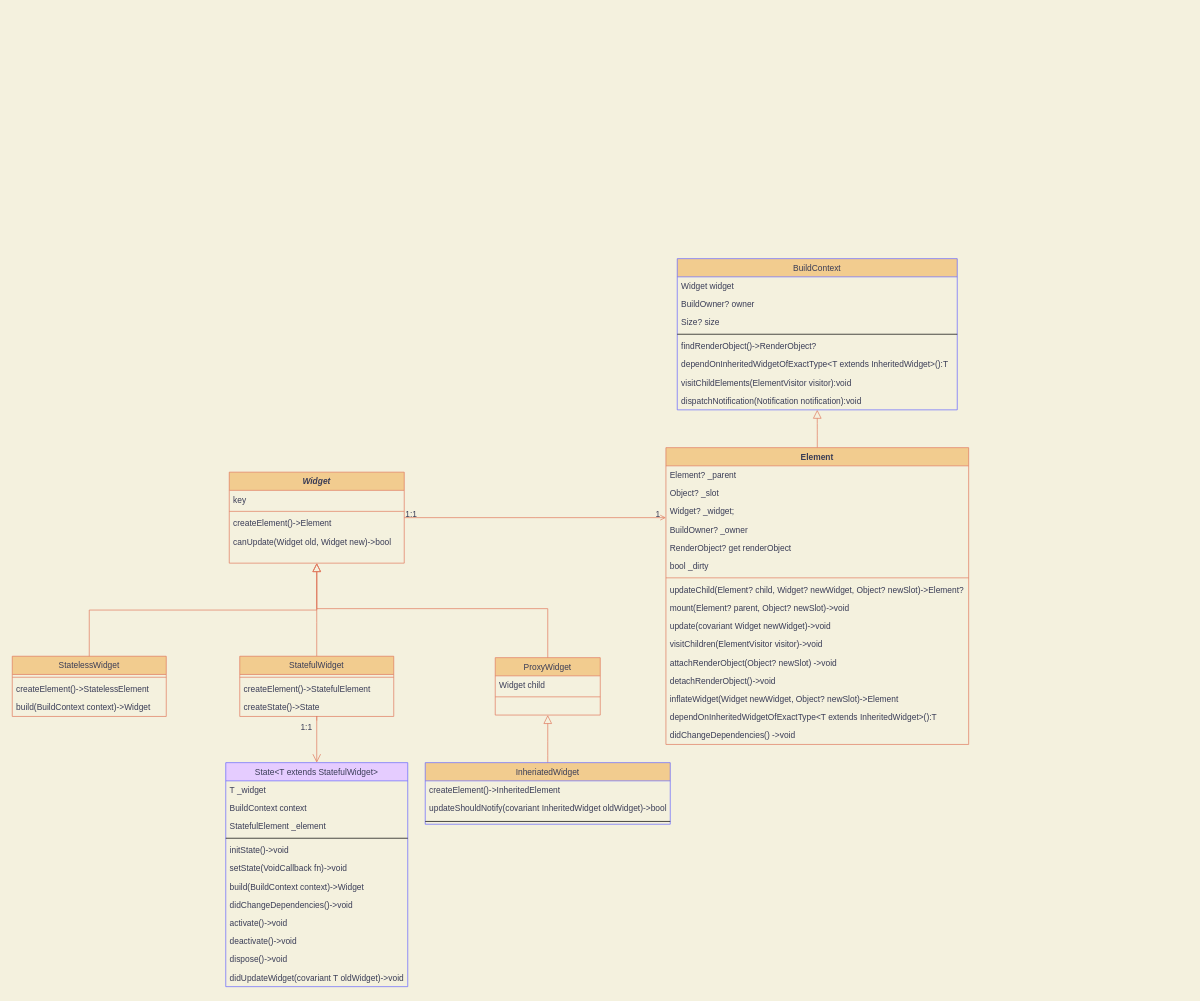
Earlier version of the draw.io diagram Untitled Diagram.drawio (curls/winter). Source tidied: cells renumbered, new cells numbered last; positions are measured from the earlier drawing's top-left corner, leaving out a move shared by most shapes. Both pictures are drawn from the tidied source at 70%, with x=0, y=0 at pixel (12, 258).
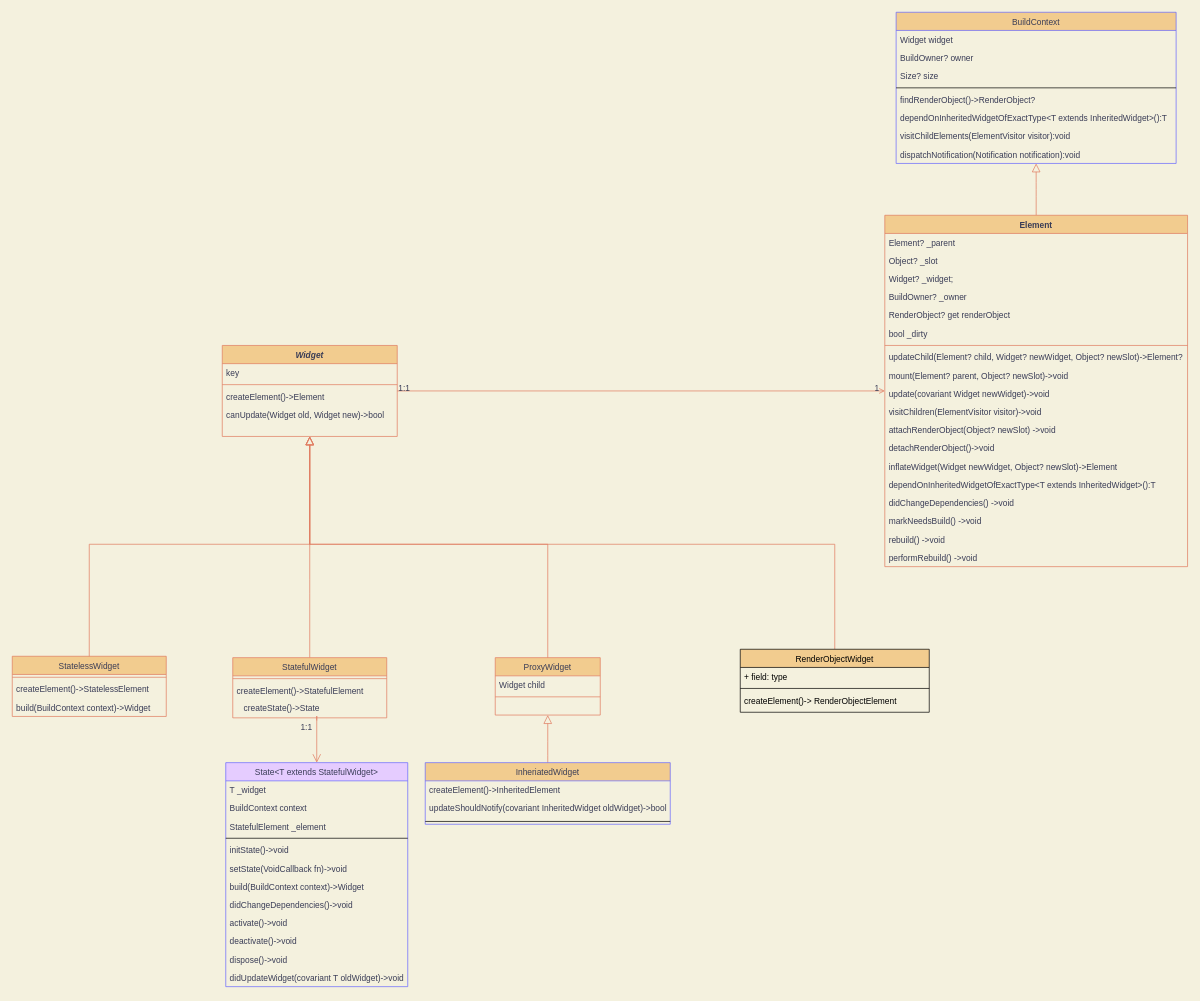
The same diagram, later.

The change refers to these unchanged cells:
```xml
<mxCell id="7" value="ProxyWidget" style="swimlane;fontStyle=0;align=center;verticalAlign=top;horizontal=1;startSize=26;rounded=0;shadow=0;strokeWidth=1;fillColor=#F2CC8F;strokeColor=#E07A5F;fontColor=#393C56;" parent="1" vertex="1">
  <mxGeometry x="690" y="570" width="150" height="82" as="geometry" />
</mxCell>
<mxCell id="11" value="StatelessWidget" style="swimlane;fontStyle=0;align=center;verticalAlign=top;horizontal=1;startSize=26;rounded=0;shadow=0;strokeWidth=1;fillColor=#F2CC8F;strokeColor=#E07A5F;fontColor=#393C56;" parent="1" vertex="1">
  <mxGeometry y="568" width="220" height="86" as="geometry" />
</mxCell>
```

Diff of the diagram source:
```diff
@@
     <mxCell id="2" value="Widget" style="swimlane;fontStyle=3;align=center;verticalAlign=top;horizontal=1;startSize=26;rounded=0;shadow=0;strokeWidth=1;fillColor=#F2CC8F;strokeColor=#E07A5F;fontColor=#393C56;" parent="1" vertex="1">
-      <mxGeometry x="310" y="305" width="250" height="130" as="geometry" />
+      <mxGeometry x="300" y="124" width="250" height="130" as="geometry" />
     </mxCell>
@@
     <mxCell id="10" style="endArrow=block;endSize=10;endFill=0;shadow=0;strokeWidth=1;rounded=0;edgeStyle=elbowEdgeStyle;elbow=vertical;labelBackgroundColor=#F4F1DE;strokeColor=#E07A5F;fontColor=#393C56;entryX=0.5;entryY=1;entryDx=0;entryDy=0;exitX=0.5;exitY=0;exitDx=0;exitDy=0;" parent="1" edge="1" source="7" target="2">
       <mxGeometry relative="1" as="geometry">
         <Array as="points">
-          <mxPoint x="570" y="500" />
-          <mxPoint x="660" y="490" />
-          <mxPoint x="570" y="460" />
-          <mxPoint x="470" y="440" />
+          <mxPoint x="580" y="408" />
+          <mxPoint x="620" y="368" />
+          <mxPoint x="620" y="358" />
+          <mxPoint x="560" y="348" />
+          <mxPoint x="650" y="338" />
+          <mxPoint x="560" y="308" />
+          <mxPoint x="460" y="288" />
         </Array>
       </mxGeometry>
     </mxCell>
@@
     <mxCell id="15" style="endArrow=block;endSize=10;endFill=0;shadow=0;strokeWidth=1;rounded=0;edgeStyle=elbowEdgeStyle;elbow=vertical;labelBackgroundColor=#F4F1DE;strokeColor=#E07A5F;fontColor=#393C56;" parent="1" edge="1" source="11" target="2">
-      <mxGeometry relative="1" as="geometry" />
+      <mxGeometry relative="1" as="geometry">
+        <Array as="points">
+          <mxPoint x="290" y="408" />
+          <mxPoint x="260" y="368" />
+        </Array>
+      </mxGeometry>
     </mxCell>
@@
     <mxCell id="17" value="Element" style="swimlane;fontStyle=1;align=center;verticalAlign=top;horizontal=1;startSize=26;rounded=0;shadow=0;strokeWidth=1;fillColor=#F2CC8F;strokeColor=#E07A5F;fontColor=#393C56;" parent="1" vertex="1">
-      <mxGeometry x="933.8" y="270" width="432.5" height="424" as="geometry" />
+      <mxGeometry x="1246.5" y="-62" width="432.5" height="502" as="geometry" />
     </mxCell>
@@
+    <mxCell id="72" value="markNeedsBuild() -&gt;void" style="text;strokeColor=none;fillColor=none;align=left;verticalAlign=top;spacingLeft=4;spacingRight=4;overflow=hidden;rounded=0;sketch=0;fontColor=#393C56;" parent="17" vertex="1">
+      <mxGeometry y="424" width="432.5" height="26" as="geometry" />
+    </mxCell>
+    <mxCell id="73" value="rebuild() -&gt;void" style="text;strokeColor=none;fillColor=none;align=left;verticalAlign=top;spacingLeft=4;spacingRight=4;overflow=hidden;rounded=0;sketch=0;fontColor=#393C56;" parent="17" vertex="1">
+      <mxGeometry y="450" width="432.5" height="26" as="geometry" />
+    </mxCell>
+    <mxCell id="74" value="performRebuild() -&gt;void" style="text;strokeColor=none;fillColor=none;align=left;verticalAlign=top;spacingLeft=4;spacingRight=4;overflow=hidden;rounded=0;sketch=0;fontColor=#393C56;" parent="17" vertex="1">
+      <mxGeometry y="476" width="432.5" height="26" as="geometry" />
+    </mxCell>
@@
     <mxCell id="37" style="edgeStyle=elbowEdgeStyle;rounded=1;sketch=0;jettySize=auto;html=1;fontColor=#393C56;strokeColor=#E07A5F;fillColor=#F2CC8F;entryX=0.5;entryY=1;entryDx=0;entryDy=0;endArrow=block;endFill=0;endSize=10;exitX=0.5;exitY=0;exitDx=0;exitDy=0;elbow=vertical;" parent="1" edge="1" source="39" target="2">
       <mxGeometry relative="1" as="geometry">
         <Array as="points">
-          <mxPoint x="380" y="510" />
+          <mxPoint x="425" y="468" />
+          <mxPoint x="370" y="358" />
         </Array>
       </mxGeometry>
     </mxCell>
@@
     <mxCell id="39" value="StatefulWidget" style="swimlane;fontStyle=0;align=center;verticalAlign=top;horizontal=1;startSize=26;rounded=0;shadow=0;strokeWidth=1;fillColor=#F2CC8F;strokeColor=#E07A5F;fontColor=#393C56;" parent="1" vertex="1">
-      <mxGeometry x="325" y="568" width="220" height="86" as="geometry" />
+      <mxGeometry x="315" y="570" width="220" height="86" as="geometry" />
     </mxCell>
@@
     <mxCell id="63" value="BuildContext" style="swimlane;fontStyle=0;align=center;verticalAlign=top;horizontal=1;startSize=26;rounded=0;sketch=0;fontColor=#393C56;strokeColor=#6666FF;fillColor=#F2CC8F;" parent="1" vertex="1">
-      <mxGeometry x="950" width="400" height="216" as="geometry" />
+      <mxGeometry x="1262.7" y="-352" width="400" height="216" as="geometry" />
     </mxCell>
@@
+    <mxCell id="75" style="edgeStyle=elbowEdgeStyle;rounded=0;jettySize=auto;html=1;strokeColor=#E07A5F;entryX=0.5;entryY=1;entryDx=0;entryDy=0;elbow=vertical;endArrow=block;endFill=0;strokeWidth=1;endSize=10;" parent="1" edge="1" source="76" target="2">
+      <mxGeometry relative="1" as="geometry">
+        <Array as="points">
+          <mxPoint x="820" y="408" />
+        </Array>
+      </mxGeometry>
+    </mxCell>
+    <mxCell id="76" value="RenderObjectWidget" style="swimlane;fontStyle=0;align=center;verticalAlign=top;horizontal=1;startSize=26;fillColor=#F2CC8F;" parent="1" vertex="1">
+      <mxGeometry x="1040" y="558" width="270" height="90" as="geometry" />
+    </mxCell>
+    <mxCell id="77" value="+ field: type" style="text;strokeColor=none;fillColor=none;align=left;verticalAlign=top;spacingLeft=4;spacingRight=4;overflow=hidden;" parent="76" vertex="1">
+      <mxGeometry y="26" width="270" height="26" as="geometry" />
+    </mxCell>
+    <mxCell id="78" style="line;strokeWidth=1;fillColor=none;align=left;verticalAlign=middle;spacingTop=-1;spacingLeft=3;spacingRight=3;labelPosition=right;" parent="76" vertex="1">
+      <mxGeometry y="52" width="270" height="8" as="geometry" />
+    </mxCell>
+    <mxCell id="79" value="createElement()-&gt; RenderObjectElement" style="text;strokeColor=none;fillColor=none;align=left;verticalAlign=top;spacingLeft=4;spacingRight=4;overflow=hidden;" parent="76" vertex="1">
+      <mxGeometry y="60" width="270" height="30" as="geometry" />
+    </mxCell>
```
